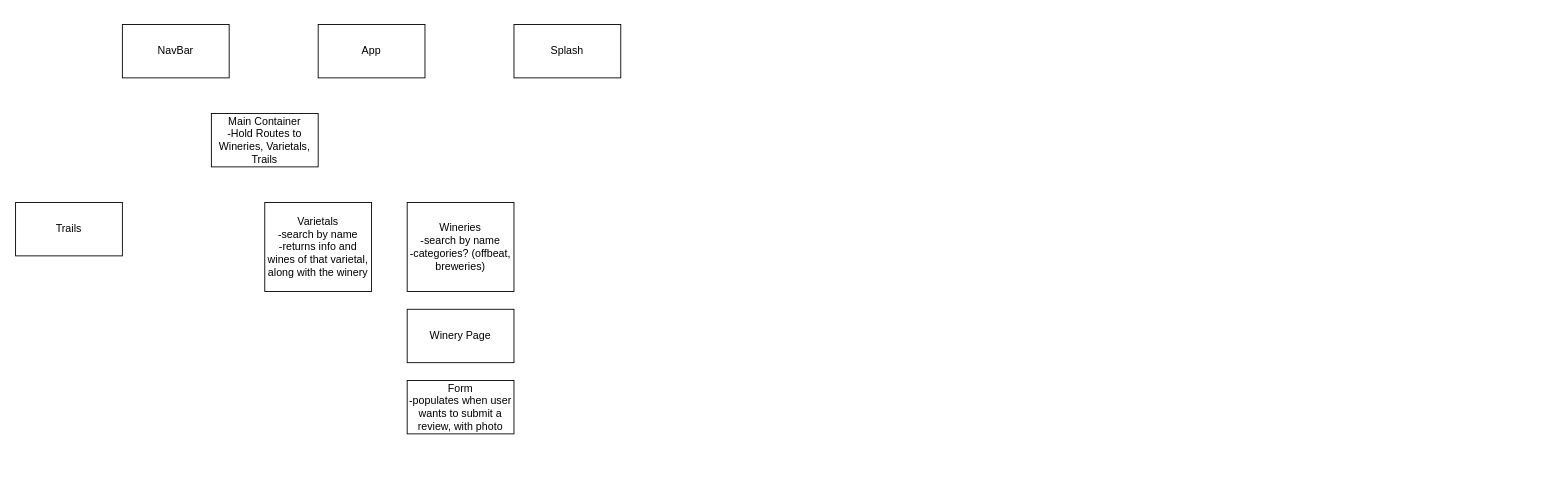
Earlier version of the draw.io diagram client/src/data/diagram.drawio (Eccatoe/ShenandoahWines). Source tidied: cells renumbered, new cells numbered last; positions are measured from the earlier drawing's top-left corner, leaving out a move shared by most shapes. Both pictures are drawn from the tidied source at 89%, with x=0, y=0 at pixel (15, 24).
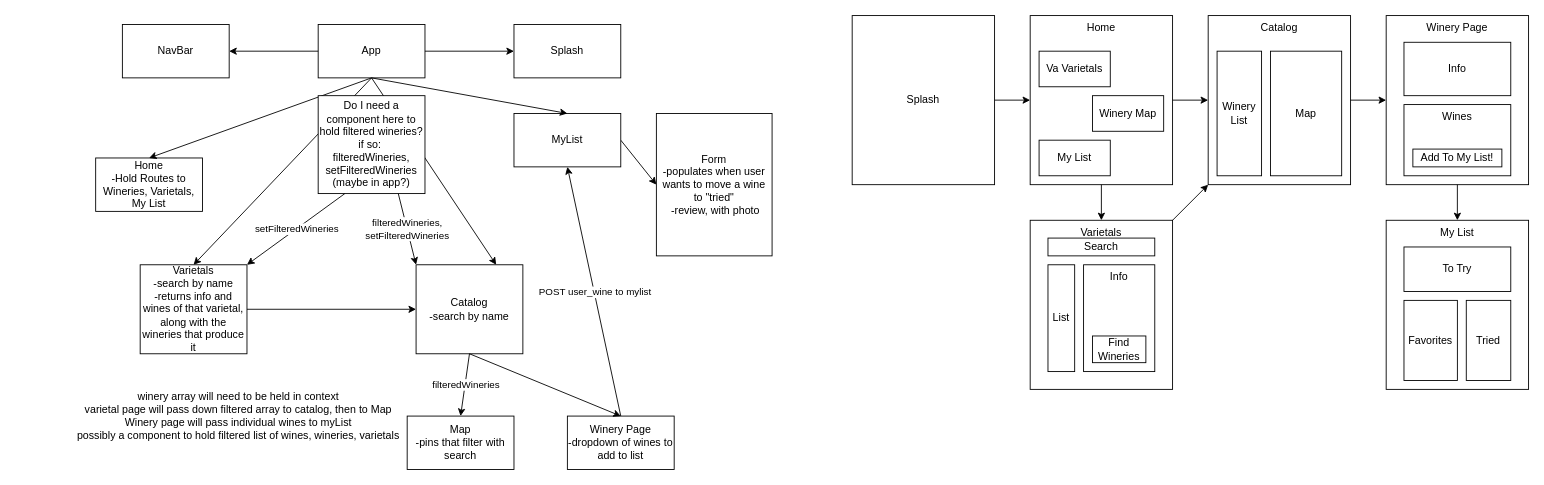
The same page after the edit.

The change refers to these unchanged cells:
```xml
<mxCell id="2" value="App" style="rounded=0;whiteSpace=wrap;html=1;" parent="1" vertex="1">
  <mxGeometry x="340" width="120" height="60" as="geometry" />
</mxCell>
<mxCell id="3" value="NavBar" style="rounded=0;whiteSpace=wrap;html=1;" parent="1" vertex="1">
  <mxGeometry x="120" width="120" height="60" as="geometry" />
</mxCell>
<mxCell id="4" value="Splash" style="rounded=0;whiteSpace=wrap;html=1;" parent="1" vertex="1">
  <mxGeometry x="560" width="120" height="60" as="geometry" />
</mxCell>
```

The edit, as a diff of the source:
```diff
@@
-    <mxCell id="5" value="Main Container&lt;br&gt;-Hold Routes to Wineries, Varietals, Trails" style="rounded=0;whiteSpace=wrap;html=1;" parent="1" vertex="1">
-      <mxGeometry x="220" y="100" width="120" height="60" as="geometry" />
+    <mxCell id="5" value="Home&lt;br&gt;-Hold Routes to Wineries, Varietals, My List" style="rounded=0;whiteSpace=wrap;html=1;" parent="1" vertex="1">
+      <mxGeometry x="90" y="150" width="120" height="60" as="geometry" />
     </mxCell>
-    <mxCell id="6" value="Trails" style="rounded=0;whiteSpace=wrap;html=1;" parent="1" vertex="1">
-      <mxGeometry y="200" width="120" height="60" as="geometry" />
-    </mxCell>
-    <mxCell id="7" value="Varietals&lt;br&gt;-search by name&lt;br&gt;-returns info and wines of that varietal, along with the winery" style="rounded=0;whiteSpace=wrap;html=1;" parent="1" vertex="1">
-      <mxGeometry x="280" y="200" width="120" height="100" as="geometry" />
+    <mxCell id="7" value="Varietals&lt;br&gt;-search by name&lt;br&gt;-returns info and wines of that varietal, along with the wineries that produce it" style="rounded=0;whiteSpace=wrap;html=1;" parent="1" vertex="1">
+      <mxGeometry x="140" y="270" width="120" height="100" as="geometry" />
     </mxCell>
-    <mxCell id="8" value="Wineries&lt;br&gt;-search by name&lt;br&gt;-categories? (offbeat, breweries)&lt;br&gt;" style="rounded=0;whiteSpace=wrap;html=1;" parent="1" vertex="1">
-      <mxGeometry x="440" y="200" width="120" height="100" as="geometry" />
+    <mxCell id="8" value="Catalog&lt;br&gt;-search by name &lt;br&gt;" style="rounded=0;whiteSpace=wrap;html=1;" parent="1" vertex="1">
+      <mxGeometry x="450" y="270" width="120" height="100" as="geometry" />
     </mxCell>
-    <mxCell id="9" value="Winery Page" style="rounded=0;whiteSpace=wrap;html=1;" parent="1" vertex="1">
-      <mxGeometry x="440" y="320" width="120" height="60" as="geometry" />
+    <mxCell id="9" value="Winery Page&lt;br&gt;-dropdown of wines to add to list" style="rounded=0;whiteSpace=wrap;html=1;" parent="1" vertex="1">
+      <mxGeometry x="620" y="440" width="120" height="60" as="geometry" />
     </mxCell>
+    <mxCell id="11" style="edgeStyle=none;html=1;entryX=0;entryY=0.5;entryDx=0;entryDy=0;exitX=1;exitY=0.5;exitDx=0;exitDy=0;" parent="1" edge="1" source="20" target="10">
+      <mxGeometry relative="1" as="geometry" />
+    </mxCell>
-    <mxCell id="10" value="Form&lt;br&gt;-populates when user wants to submit a review, with photo" style="rounded=0;whiteSpace=wrap;html=1;" parent="1" vertex="1">
-      <mxGeometry x="440" y="400" width="120" height="60" as="geometry" />
+    <mxCell id="10" value="Form&lt;br&gt;-populates when user wants to move a wine to &quot;tried&quot;&lt;br&gt;&amp;nbsp;-review, with photo" style="rounded=0;whiteSpace=wrap;html=1;" parent="1" vertex="1">
+      <mxGeometry x="720" y="100" width="130" height="160" as="geometry" />
     </mxCell>
+    <mxCell id="12" style="endArrow=classic;html=1;exitX=1;exitY=0.5;exitDx=0;exitDy=0;entryX=0;entryY=0.5;entryDx=0;entryDy=0;" parent="1" edge="1" source="2" target="4">
+      <mxGeometry relative="1" as="geometry" />
+    </mxCell>
+    <mxCell id="13" style="endArrow=classic;html=1;exitX=0;exitY=0.5;exitDx=0;exitDy=0;entryX=1;entryY=0.5;entryDx=0;entryDy=0;" parent="1" edge="1" source="2" target="3">
+      <mxGeometry relative="1" as="geometry" />
+    </mxCell>
+    <mxCell id="14" style="endArrow=classic;html=1;exitX=0.5;exitY=1;exitDx=0;exitDy=0;entryX=0.5;entryY=0;entryDx=0;entryDy=0;" parent="1" edge="1" source="2" target="5">
+      <mxGeometry relative="1" as="geometry" />
+    </mxCell>
+    <mxCell id="15" style="endArrow=classic;html=1;exitX=0.5;exitY=1;exitDx=0;exitDy=0;entryX=0.75;entryY=0;entryDx=0;entryDy=0;" parent="1" edge="1" source="2" target="8">
+      <mxGeometry relative="1" as="geometry" />
+    </mxCell>
+    <mxCell id="16" value="Map&lt;br&gt;-pins that filter with search" style="rounded=0;whiteSpace=wrap;html=1;" parent="1" vertex="1">
+      <mxGeometry x="440" y="440" width="120" height="60" as="geometry" />
+    </mxCell>
+    <mxCell id="17" style="endArrow=classic;html=1;entryX=0.5;entryY=0;entryDx=0;entryDy=0;exitX=0.5;exitY=1;exitDx=0;exitDy=0;" parent="1" edge="1" source="8" target="9">
+      <mxGeometry relative="1" as="geometry" />
+    </mxCell>
+    <mxCell id="18" style="endArrow=classic;html=1;entryX=0.5;entryY=0;entryDx=0;entryDy=0;" parent="1" edge="1" target="7">
+      <mxGeometry relative="1" as="geometry">
+        <mxPoint x="400" y="60" as="sourcePoint" />
+      </mxGeometry>
+    </mxCell>
+    <mxCell id="19" style="endArrow=classic;html=1;exitX=1;exitY=0.5;exitDx=0;exitDy=0;entryX=0;entryY=0.5;entryDx=0;entryDy=0;" parent="1" edge="1" source="7" target="8">
+      <mxGeometry relative="1" as="geometry" />
+    </mxCell>
+    <mxCell id="20" value="MyList" style="rounded=0;whiteSpace=wrap;html=1;" parent="1" vertex="1">
+      <mxGeometry x="560" y="100" width="120" height="60" as="geometry" />
+    </mxCell>
+    <mxCell id="21" style="endArrow=classic;html=1;entryX=0.5;entryY=0;entryDx=0;entryDy=0;exitX=0.5;exitY=1;exitDx=0;exitDy=0;" parent="1" edge="1" source="2" target="20">
+      <mxGeometry relative="1" as="geometry" />
+    </mxCell>
+    <mxCell id="22" value="Splash" style="whiteSpace=wrap;html=1;" parent="1" vertex="1">
+      <mxGeometry x="940" y="-10" width="160" height="190" as="geometry" />
+    </mxCell>
+    <mxCell id="23" value="Catalog&lt;br&gt;&lt;br&gt;&lt;br&gt;&lt;br&gt;&lt;br&gt;&lt;br&gt;&lt;br&gt;&lt;br&gt;&lt;br&gt;&lt;br&gt;" style="whiteSpace=wrap;html=1;verticalAlign=top;" parent="1" vertex="1">
+      <mxGeometry x="1340" y="-10" width="160" height="190" as="geometry" />
+    </mxCell>
+    <mxCell id="24" value="Map" style="whiteSpace=wrap;html=1;" parent="1" vertex="1">
+      <mxGeometry x="1410" y="30" width="80" height="140" as="geometry" />
+    </mxCell>
+    <mxCell id="25" value="Winery&lt;br&gt;List" style="whiteSpace=wrap;html=1;" parent="1" vertex="1">
+      <mxGeometry x="1350" y="30" width="50" height="140" as="geometry" />
+    </mxCell>
+    <mxCell id="26" value="Home&lt;br&gt;&lt;br&gt;&lt;br&gt;&lt;br&gt;&lt;br&gt;&lt;br&gt;&lt;br&gt;&lt;br&gt;&lt;br&gt;&lt;br&gt;" style="whiteSpace=wrap;html=1;verticalAlign=top;" parent="1" vertex="1">
+      <mxGeometry x="1140" y="-10" width="160" height="190" as="geometry" />
+    </mxCell>
+    <mxCell id="27" value="Va Varietals" style="whiteSpace=wrap;html=1;" parent="1" vertex="1">
+      <mxGeometry x="1150" y="30" width="80" height="40" as="geometry" />
+    </mxCell>
+    <mxCell id="28" value="Winery Map" style="whiteSpace=wrap;html=1;" parent="1" vertex="1">
+      <mxGeometry x="1210" y="80" width="80" height="40" as="geometry" />
+    </mxCell>
+    <mxCell id="29" value="My List" style="whiteSpace=wrap;html=1;" parent="1" vertex="1">
+      <mxGeometry x="1150" y="130" width="80" height="40" as="geometry" />
+    </mxCell>
+    <mxCell id="30" value="Varietals" style="whiteSpace=wrap;html=1;verticalAlign=top;" parent="1" vertex="1">
+      <mxGeometry x="1140" y="220" width="160" height="190" as="geometry" />
+    </mxCell>
+    <mxCell id="31" value="Search&lt;br&gt;" style="whiteSpace=wrap;html=1;" parent="1" vertex="1">
+      <mxGeometry x="1160" y="240" width="120" height="20" as="geometry" />
+    </mxCell>
+    <mxCell id="32" value="List" style="whiteSpace=wrap;html=1;" parent="1" vertex="1">
+      <mxGeometry x="1160" y="270" width="30" height="120" as="geometry" />
+    </mxCell>
+    <mxCell id="33" value="Info" style="whiteSpace=wrap;html=1;verticalAlign=top;" parent="1" vertex="1">
+      <mxGeometry x="1200" y="270" width="80" height="120" as="geometry" />
+    </mxCell>
+    <mxCell id="34" value="Find Wineries" style="whiteSpace=wrap;html=1;" parent="1" vertex="1">
+      <mxGeometry x="1210" y="350" width="60" height="30" as="geometry" />
+    </mxCell>
+    <mxCell id="35" value="Winery Page" style="whiteSpace=wrap;html=1;verticalAlign=top;" parent="1" vertex="1">
+      <mxGeometry x="1540" y="-10" width="160" height="190" as="geometry" />
+    </mxCell>
+    <mxCell id="36" value="Info" style="whiteSpace=wrap;html=1;" parent="1" vertex="1">
+      <mxGeometry x="1560" y="20" width="120" height="60" as="geometry" />
+    </mxCell>
+    <mxCell id="37" value="Wines" style="whiteSpace=wrap;html=1;verticalAlign=top;" parent="1" vertex="1">
+      <mxGeometry x="1560" y="90" width="120" height="80" as="geometry" />
+    </mxCell>
+    <mxCell id="38" value="Add To My List!" style="whiteSpace=wrap;html=1;" parent="1" vertex="1">
+      <mxGeometry x="1570" y="140" width="100" height="20" as="geometry" />
+    </mxCell>
+    <mxCell id="39" value="My List" style="whiteSpace=wrap;html=1;verticalAlign=top;" parent="1" vertex="1">
+      <mxGeometry x="1540" y="220" width="160" height="190" as="geometry" />
+    </mxCell>
+    <mxCell id="40" value="To Try" style="whiteSpace=wrap;html=1;" parent="1" vertex="1">
+      <mxGeometry x="1560" y="250" width="120" height="50" as="geometry" />
+    </mxCell>
+    <mxCell id="41" value="Favorites" style="whiteSpace=wrap;html=1;" parent="1" vertex="1">
+      <mxGeometry x="1560" y="310" width="60" height="90" as="geometry" />
+    </mxCell>
+    <mxCell id="42" value="Tried" style="whiteSpace=wrap;html=1;" parent="1" vertex="1">
+      <mxGeometry x="1630" y="310" width="50" height="90" as="geometry" />
+    </mxCell>
+    <mxCell id="43" style="endArrow=classic;html=1;exitX=0.5;exitY=1;exitDx=0;exitDy=0;entryX=0.5;entryY=0;entryDx=0;entryDy=0;" parent="1" edge="1" source="26" target="30">
+      <mxGeometry relative="1" as="geometry" />
+    </mxCell>
+    <mxCell id="44" style="endArrow=classic;html=1;entryX=0;entryY=0.5;entryDx=0;entryDy=0;exitX=1;exitY=0.5;exitDx=0;exitDy=0;" parent="1" edge="1" source="26" target="23">
+      <mxGeometry relative="1" as="geometry" />
+    </mxCell>
+    <mxCell id="45" style="endArrow=classic;html=1;exitX=1;exitY=0;exitDx=0;exitDy=0;entryX=0;entryY=1;entryDx=0;entryDy=0;" parent="1" edge="1" source="30" target="23">
+      <mxGeometry relative="1" as="geometry" />
+    </mxCell>
+    <mxCell id="46" style="endArrow=classic;html=1;entryX=0;entryY=0.5;entryDx=0;entryDy=0;exitX=1;exitY=0.5;exitDx=0;exitDy=0;" parent="1" edge="1" source="23" target="35">
+      <mxGeometry relative="1" as="geometry" />
+    </mxCell>
+    <mxCell id="47" style="endArrow=classic;html=1;exitX=1;exitY=0.5;exitDx=0;exitDy=0;entryX=0;entryY=0.5;entryDx=0;entryDy=0;" parent="1" edge="1" source="22" target="26">
+      <mxGeometry relative="1" as="geometry" />
+    </mxCell>
+    <mxCell id="48" style="endArrow=classic;html=1;entryX=0.5;entryY=0;entryDx=0;entryDy=0;exitX=0.5;exitY=1;exitDx=0;exitDy=0;" parent="1" edge="1" source="35" target="39">
+      <mxGeometry relative="1" as="geometry" />
+    </mxCell>
+    <mxCell id="49" value="winery array will need to be held in context&lt;br&gt;varietal page will pass down filtered array to catalog, then to Map&lt;br&gt;Winery page will pass individual wines to myList&lt;br&gt;possibly a component to hold filtered list of wines, wineries, varietals" style="text;html=1;align=center;verticalAlign=middle;strokeColor=none;fillColor=none;" parent="1" vertex="1">
+      <mxGeometry x="60" y="410" width="380" height="60" as="geometry" />
+    </mxCell>
+    <mxCell id="50" value="Do I need a component here to hold filtered wineries?&lt;br&gt;if so:&amp;nbsp;&lt;br&gt;filteredWineries,&lt;br&gt;setFilteredWineries&lt;br&gt;(maybe in app?)" style="rounded=0;whiteSpace=wrap;html=1;" parent="1" vertex="1">
+      <mxGeometry x="340" y="80" width="120" height="110" as="geometry" />
+    </mxCell>
+    <mxCell id="51" style="endArrow=classic;html=1;exitX=0.5;exitY=0;exitDx=0;exitDy=0;entryX=0.5;entryY=1;entryDx=0;entryDy=0;" parent="1" edge="1" source="9" target="20">
+      <mxGeometry relative="1" as="geometry" />
+    </mxCell>
+    <mxCell id="52" value="POST user_wine to mylist" style="edgeLabel;html=1;align=center;verticalAlign=middle;" parent="51" vertex="1">
+      <mxGeometry relative="1" as="geometry" />
+    </mxCell>
+    <mxCell id="53" style="endArrow=classic;html=1;exitX=0.25;exitY=1;exitDx=0;exitDy=0;entryX=1;entryY=0;entryDx=0;entryDy=0;" parent="1" edge="1" source="50" target="7">
+      <mxGeometry relative="1" as="geometry" />
+    </mxCell>
+    <mxCell id="54" value="setFilteredWineries" style="edgeLabel;html=1;align=center;verticalAlign=middle;" parent="53" vertex="1">
+      <mxGeometry relative="1" as="geometry" />
+    </mxCell>
+    <mxCell id="55" style="endArrow=classic;html=1;entryX=0;entryY=0;entryDx=0;entryDy=0;exitX=0.75;exitY=1;exitDx=0;exitDy=0;" parent="1" edge="1" source="50" target="8">
+      <mxGeometry relative="1" as="geometry" />
+    </mxCell>
+    <mxCell id="56" value="filteredWineries,&lt;br&gt;setFilteredWineries" style="edgeLabel;html=1;align=center;verticalAlign=middle;" parent="55" vertex="1">
+      <mxGeometry relative="1" as="geometry" />
+    </mxCell>
+    <mxCell id="57" style="endArrow=classic;html=1;exitX=0.5;exitY=1;exitDx=0;exitDy=0;entryX=0.5;entryY=0;entryDx=0;entryDy=0;" parent="1" edge="1" source="8" target="16">
+      <mxGeometry relative="1" as="geometry" />
+    </mxCell>
+    <mxCell id="58" value="filteredWineries" style="edgeLabel;html=1;align=center;verticalAlign=middle;" parent="57" vertex="1">
+      <mxGeometry relative="1" as="geometry" />
+    </mxCell>
```
